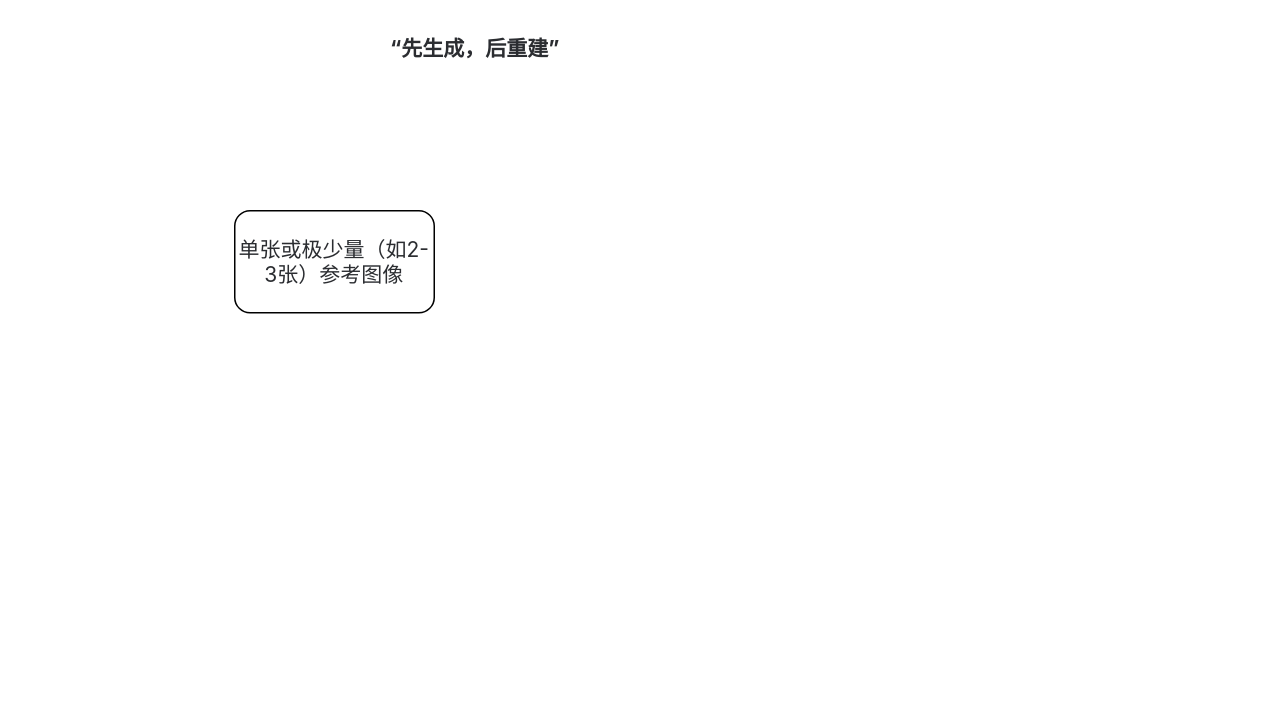
zzcPeace/draw.io keeps this draw.io diagram as GeoContext-Diff.drawio. Above is the earlier version. Source tidied: cells renumbered, new cells numbered last; positions are measured from the earlier drawing's top-left corner, leaving out a move shared by most shapes. Both pictures are drawn from the tidied source at 150%, with x=0, y=0 at pixel (234, 26).
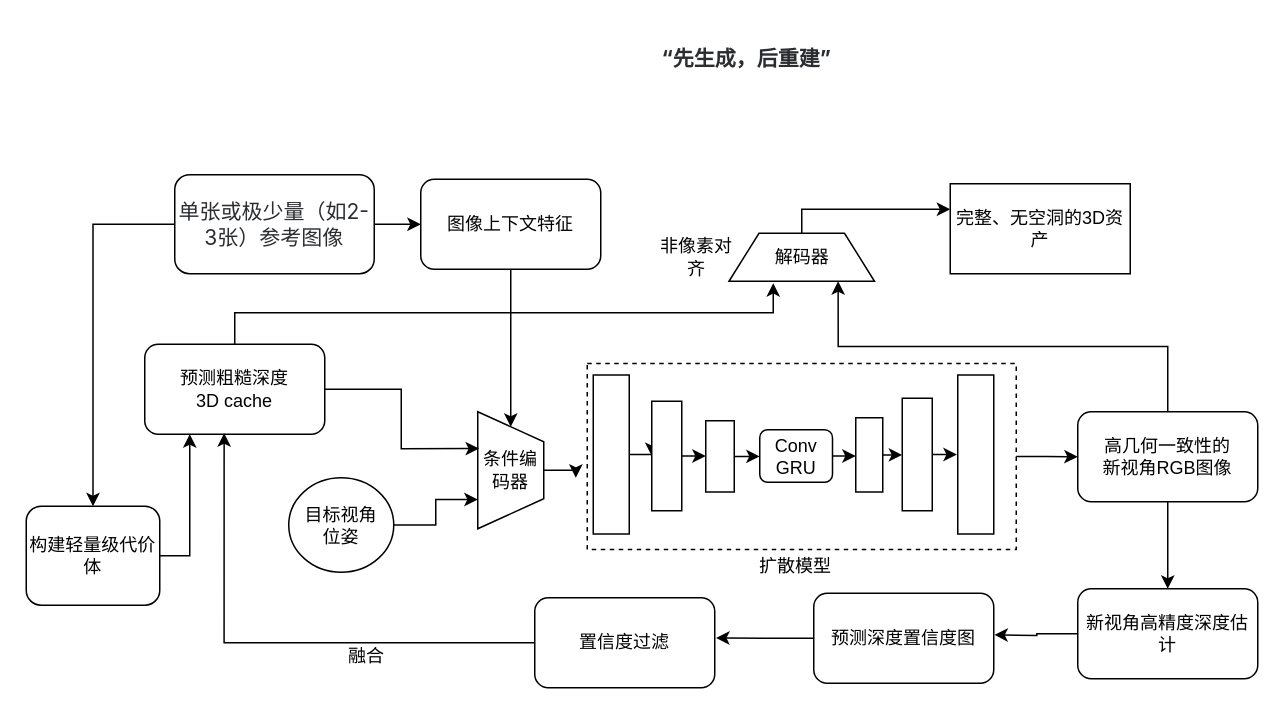
The same page after the edit.

The edit, as a diff of the source:
```diff
@@
     <mxCell id="2" value="&lt;div&gt;&lt;b style=&quot;font-size: 14px; color: light-dark(rgb(43, 45, 49), rgb(196, 198, 201)); font-family: Inter, sans-serif;&quot;&gt;“先生成，后重建”&lt;/b&gt;&lt;/div&gt;&lt;div&gt;&lt;font color=&quot;#2b2d31&quot; face=&quot;Inter, sans-serif&quot;&gt;&lt;span style=&quot;font-size: 14px; background-color: rgb(255, 255, 255);&quot;&gt;&lt;b&gt;&lt;br&gt;&lt;/b&gt;&lt;/span&gt;&lt;/font&gt;&lt;/div&gt;&lt;div&gt;&lt;font color=&quot;#2b2d31&quot; face=&quot;Inter, sans-serif&quot;&gt;&lt;span style=&quot;font-size: 14px; background-color: rgb(255, 255, 255);&quot;&gt;&lt;b&gt;&lt;br&gt;&lt;/b&gt;&lt;/span&gt;&lt;/font&gt;&lt;/div&gt;" style="text;whiteSpace=wrap;html=1;" parent="1" vertex="1">
-      <mxGeometry x="102" width="560" height="100" as="geometry" />
+      <mxGeometry x="283" y="7" width="162" height="35" as="geometry" />
     </mxCell>
+    <mxCell id="4" style="edgeStyle=orthogonalEdgeStyle;rounded=0;jettySize=auto;html=1;" parent="1" edge="1" source="3" target="7">
+      <mxGeometry relative="1" as="geometry" />
+    </mxCell>
+    <mxCell id="5" style="edgeStyle=orthogonalEdgeStyle;rounded=0;jettySize=auto;html=1;exitX=1;exitY=0.5;exitDx=0;exitDy=0;entryX=0;entryY=0.5;entryDx=0;entryDy=0;" parent="1" edge="1" source="3" target="46">
+      <mxGeometry relative="1" as="geometry" />
+    </mxCell>
     <mxCell id="3" value="&lt;span style=&quot;color: rgb(43, 45, 49); font-family: Inter, sans-serif; font-size: 14px; text-align: start; background-color: rgb(255, 255, 255);&quot;&gt;单张或极少量（如2-3张）参考图像&lt;/span&gt;" style="rounded=1;whiteSpace=wrap;html=1;" parent="1" vertex="1">
-      <mxGeometry y="123" width="133" height="68" as="geometry" />
+      <mxGeometry x="-40" y="99" width="133" height="66" as="geometry" />
     </mxCell>
+    <mxCell id="6" style="edgeStyle=orthogonalEdgeStyle;rounded=0;jettySize=auto;html=1;exitX=1;exitY=0.5;exitDx=0;exitDy=0;entryX=0.25;entryY=1;entryDx=0;entryDy=0;" parent="1" edge="1" source="7" target="8">
+      <mxGeometry relative="1" as="geometry" />
+    </mxCell>
+    <mxCell id="7" value="构建轻量级代价体" style="rounded=1;whiteSpace=wrap;html=1;" parent="1" vertex="1">
+      <mxGeometry x="-139" y="320" width="89" height="66" as="geometry" />
+    </mxCell>
+    <mxCell id="8" value="预测粗糙深度&lt;br&gt;3D cache" style="rounded=1;whiteSpace=wrap;html=1;" parent="1" vertex="1">
+      <mxGeometry x="-60" y="212" width="120" height="60" as="geometry" />
+    </mxCell>
+    <mxCell id="9" style="edgeStyle=orthogonalEdgeStyle;rounded=0;jettySize=auto;html=1;entryX=0.75;entryY=1;entryDx=0;entryDy=0;" parent="1" edge="1" source="10" target="12">
+      <mxGeometry relative="1" as="geometry" />
+    </mxCell>
+    <mxCell id="10" value="目标视角&lt;div&gt;位姿&lt;/div&gt;" style="ellipse;whiteSpace=wrap;html=1;" parent="1" vertex="1">
+      <mxGeometry x="36" y="301" width="70" height="63" as="geometry" />
+    </mxCell>
+    <mxCell id="11" style="edgeStyle=orthogonalEdgeStyle;rounded=0;jettySize=auto;html=1;exitX=0.5;exitY=0;exitDx=0;exitDy=0;" parent="1" edge="1" source="12">
+      <mxGeometry relative="1" as="geometry">
+        <mxPoint x="227.4" y="301" as="targetPoint" />
+      </mxGeometry>
+    </mxCell>
+    <mxCell id="12" value="条件编码器" style="shape=trapezoid;perimeter=trapezoidPerimeter;whiteSpace=wrap;html=1;fixedSize=1;direction=south;" parent="1" vertex="1">
+      <mxGeometry x="162" y="257" width="44" height="78" as="geometry" />
+    </mxCell>
+    <mxCell id="13" style="edgeStyle=orthogonalEdgeStyle;rounded=0;jettySize=auto;html=1;exitX=0.5;exitY=0;exitDx=0;exitDy=0;entryX=0.5;entryY=1;entryDx=0;entryDy=0;" parent="1" edge="1" source="14" target="16">
+      <mxGeometry relative="1" as="geometry" />
+    </mxCell>
+    <mxCell id="14" style="rounded=0;whiteSpace=wrap;html=1;direction=south;" parent="1" vertex="1">
+      <mxGeometry x="239" y="232.5" width="24" height="106" as="geometry" />
+    </mxCell>
+    <mxCell id="15" style="edgeStyle=orthogonalEdgeStyle;rounded=0;jettySize=auto;html=1;exitX=0.5;exitY=0;exitDx=0;exitDy=0;entryX=0.5;entryY=1;entryDx=0;entryDy=0;" parent="1" edge="1" source="16" target="18">
+      <mxGeometry relative="1" as="geometry" />
+    </mxCell>
+    <mxCell id="16" style="rounded=0;whiteSpace=wrap;html=1;direction=south;" parent="1" vertex="1">
+      <mxGeometry x="278" y="250" width="20" height="73" as="geometry" />
+    </mxCell>
+    <mxCell id="17" style="edgeStyle=orthogonalEdgeStyle;rounded=0;jettySize=auto;html=1;exitX=0.5;exitY=0;exitDx=0;exitDy=0;entryX=0;entryY=0.5;entryDx=0;entryDy=0;" parent="1" edge="1" source="18" target="25">
+      <mxGeometry relative="1" as="geometry" />
+    </mxCell>
+    <mxCell id="18" style="rounded=0;whiteSpace=wrap;html=1;direction=south;" parent="1" vertex="1">
+      <mxGeometry x="314" y="263" width="19" height="47.5" as="geometry" />
+    </mxCell>
+    <mxCell id="19" style="rounded=0;whiteSpace=wrap;html=1;direction=south;" parent="1" vertex="1">
+      <mxGeometry x="482" y="232.5" width="24" height="106" as="geometry" />
+    </mxCell>
+    <mxCell id="20" style="edgeStyle=orthogonalEdgeStyle;rounded=0;jettySize=auto;html=1;exitX=0.5;exitY=0;exitDx=0;exitDy=0;" parent="1" edge="1" source="21">
+      <mxGeometry relative="1" as="geometry">
+        <mxPoint x="481.4" y="285.7" as="targetPoint" />
+      </mxGeometry>
+    </mxCell>
+    <mxCell id="21" style="rounded=0;whiteSpace=wrap;html=1;direction=south;" parent="1" vertex="1">
+      <mxGeometry x="445" y="248" width="20" height="75" as="geometry" />
+    </mxCell>
+    <mxCell id="22" style="edgeStyle=orthogonalEdgeStyle;rounded=0;jettySize=auto;html=1;exitX=0.5;exitY=0;exitDx=0;exitDy=0;entryX=0.5;entryY=1;entryDx=0;entryDy=0;" parent="1" edge="1" source="23" target="21">
+      <mxGeometry relative="1" as="geometry" />
+    </mxCell>
+    <mxCell id="23" style="rounded=0;whiteSpace=wrap;html=1;direction=south;" parent="1" vertex="1">
+      <mxGeometry x="414" y="261" width="18" height="49.5" as="geometry" />
+    </mxCell>
+    <mxCell id="24" style="edgeStyle=orthogonalEdgeStyle;rounded=0;jettySize=auto;html=1;exitX=1;exitY=0.5;exitDx=0;exitDy=0;entryX=0.5;entryY=1;entryDx=0;entryDy=0;" parent="1" edge="1" source="25" target="23">
+      <mxGeometry relative="1" as="geometry" />
+    </mxCell>
+    <mxCell id="25" value="Conv GRU" style="rounded=1;whiteSpace=wrap;html=1;" parent="1" vertex="1">
+      <mxGeometry x="350" y="269" width="48.5" height="35" as="geometry" />
+    </mxCell>
+    <mxCell id="26" style="edgeStyle=orthogonalEdgeStyle;rounded=0;jettySize=auto;html=1;exitX=1;exitY=0.5;exitDx=0;exitDy=0;" parent="1" edge="1" source="27" target="31">
+      <mxGeometry relative="1" as="geometry" />
+    </mxCell>
+    <mxCell id="27" style="rounded=0;whiteSpace=wrap;html=1;fillColor=none;dashed=1;" parent="1" vertex="1">
+      <mxGeometry x="235" y="224.8" width="286" height="124" as="geometry" />
+    </mxCell>
+    <mxCell id="28" value="扩散模型" style="text;html=1;whiteSpace=wrap;strokeColor=none;fillColor=none;align=center;verticalAlign=middle;rounded=0;" parent="1" vertex="1">
+      <mxGeometry x="323.2" y="345" width="102" height="30" as="geometry" />
+    </mxCell>
+    <mxCell id="29" style="edgeStyle=orthogonalEdgeStyle;rounded=0;jettySize=auto;html=1;exitX=0.5;exitY=1;exitDx=0;exitDy=0;" parent="1" edge="1" source="31" target="33">
+      <mxGeometry relative="1" as="geometry" />
+    </mxCell>
+    <mxCell id="30" style="edgeStyle=orthogonalEdgeStyle;rounded=0;jettySize=auto;html=1;exitX=0.5;exitY=0;exitDx=0;exitDy=0;entryX=0.75;entryY=1;entryDx=0;entryDy=0;" parent="1" edge="1" source="31" target="40">
+      <mxGeometry relative="1" as="geometry" />
+    </mxCell>
+    <mxCell id="31" value="高几何一致性的&lt;br&gt;新视角RGB图像" style="rounded=1;whiteSpace=wrap;html=1;" parent="1" vertex="1">
+      <mxGeometry x="562" y="257" width="120" height="60" as="geometry" />
+    </mxCell>
+    <mxCell id="32" style="edgeStyle=orthogonalEdgeStyle;rounded=0;jettySize=auto;html=1;exitX=0;exitY=0.5;exitDx=0;exitDy=0;" parent="1" edge="1" source="33">
+      <mxGeometry relative="1" as="geometry">
+        <mxPoint x="506.4" y="405.7" as="targetPoint" />
+      </mxGeometry>
+    </mxCell>
+    <mxCell id="33" value="新视角高精度深度估计" style="rounded=1;whiteSpace=wrap;html=1;" parent="1" vertex="1">
+      <mxGeometry x="562" y="375" width="120" height="60" as="geometry" />
+    </mxCell>
+    <mxCell id="34" style="edgeStyle=orthogonalEdgeStyle;rounded=0;jettySize=auto;html=1;exitX=0;exitY=0.5;exitDx=0;exitDy=0;" parent="1" edge="1" source="35">
+      <mxGeometry relative="1" as="geometry">
+        <mxPoint x="320.9" y="407.8" as="targetPoint" />
+      </mxGeometry>
+    </mxCell>
+    <mxCell id="35" value="预测深度置信度图" style="rounded=1;whiteSpace=wrap;html=1;" parent="1" vertex="1">
+      <mxGeometry x="386" y="378" width="120" height="60" as="geometry" />
+    </mxCell>
+    <mxCell id="36" value="置信度过滤" style="rounded=1;whiteSpace=wrap;html=1;" parent="1" vertex="1">
+      <mxGeometry x="200" y="381" width="120" height="60" as="geometry" />
+    </mxCell>
+    <mxCell id="37" value="融合" style="text;html=1;whiteSpace=wrap;strokeColor=none;fillColor=none;align=center;verticalAlign=middle;rounded=0;" parent="1" vertex="1">
+      <mxGeometry x="58" y="405" width="60" height="30" as="geometry" />
+    </mxCell>
+    <mxCell id="38" style="edgeStyle=orthogonalEdgeStyle;rounded=0;jettySize=auto;html=1;exitX=0;exitY=0.5;exitDx=0;exitDy=0;entryX=0.441;entryY=0.988;entryDx=0;entryDy=0;entryPerimeter=0;" parent="1" edge="1" source="36" target="8">
+      <mxGeometry relative="1" as="geometry" />
+    </mxCell>
+    <mxCell id="39" style="edgeStyle=orthogonalEdgeStyle;rounded=0;jettySize=auto;html=1;exitX=0.5;exitY=0;exitDx=0;exitDy=0;" parent="1" edge="1" source="40" target="42">
+      <mxGeometry relative="1" as="geometry">
+        <Array as="points">
+          <mxPoint x="378" y="122" />
+        </Array>
+      </mxGeometry>
+    </mxCell>
+    <mxCell id="40" value="解码器" style="shape=trapezoid;perimeter=trapezoidPerimeter;whiteSpace=wrap;html=1;fixedSize=1;" parent="1" vertex="1">
+      <mxGeometry x="329.5" y="138" width="97" height="32" as="geometry" />
+    </mxCell>
+    <mxCell id="41" value="非像素对齐" style="text;html=1;whiteSpace=wrap;strokeColor=none;fillColor=none;align=center;verticalAlign=middle;rounded=0;" parent="1" vertex="1">
+      <mxGeometry x="278" y="139" width="60" height="30" as="geometry" />
+    </mxCell>
+    <mxCell id="42" value="完整、无空洞的3D资产" style="whiteSpace=wrap;html=1;" parent="1" vertex="1">
+      <mxGeometry x="477" y="105" width="120" height="60" as="geometry" />
+    </mxCell>
+    <mxCell id="43" style="edgeStyle=orthogonalEdgeStyle;rounded=0;jettySize=auto;html=1;exitX=1;exitY=0.5;exitDx=0;exitDy=0;entryX=0.315;entryY=0.98;entryDx=0;entryDy=0;entryPerimeter=0;" parent="1" edge="1" source="8" target="12">
+      <mxGeometry relative="1" as="geometry" />
+    </mxCell>
+    <mxCell id="44" style="edgeStyle=orthogonalEdgeStyle;rounded=0;jettySize=auto;html=1;exitX=0.5;exitY=0;exitDx=0;exitDy=0;entryX=0.304;entryY=1.039;entryDx=0;entryDy=0;entryPerimeter=0;" parent="1" edge="1" source="8" target="40">
+      <mxGeometry relative="1" as="geometry" />
+    </mxCell>
+    <mxCell id="45" style="edgeStyle=orthogonalEdgeStyle;rounded=0;jettySize=auto;html=1;" parent="1" edge="1" source="46" target="12">
+      <mxGeometry relative="1" as="geometry" />
+    </mxCell>
+    <mxCell id="46" value="图像上下文特征" style="rounded=1;whiteSpace=wrap;html=1;" parent="1" vertex="1">
+      <mxGeometry x="124" y="102" width="120" height="60" as="geometry" />
+    </mxCell>
```
